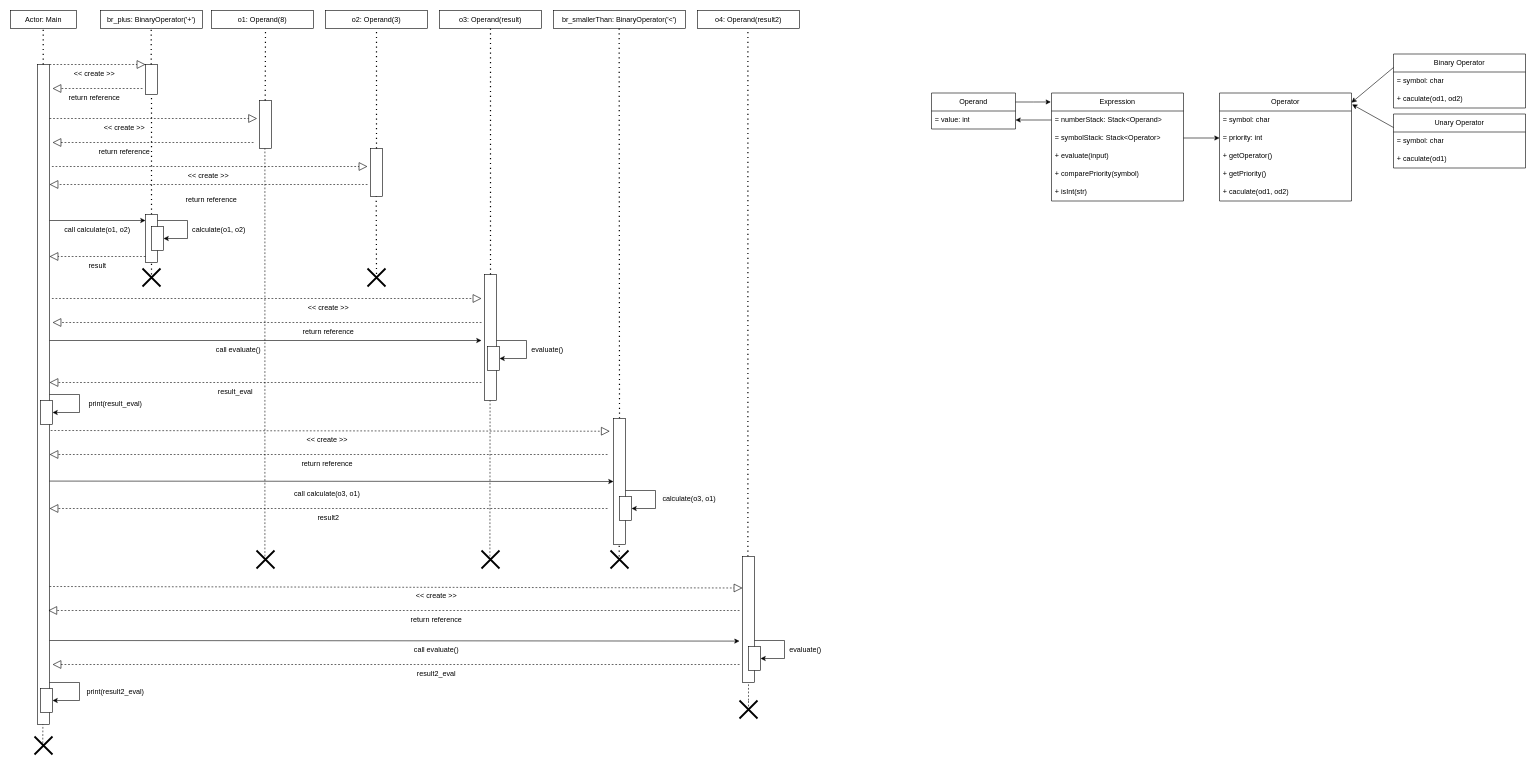
Earlier version of the draw.io diagram Lab2/Lab2SequenceDiagram.drawio (matty-gg/CSE2102-SP24-Lab1-Group19). Source tidied: cells renumbered, new cells numbered last; positions are measured from the earlier drawing's top-left corner, leaving out a move shared by most shapes. Both pictures are drawn from the tidied source at 60%, with x=0, y=0 at pixel (10, 10).
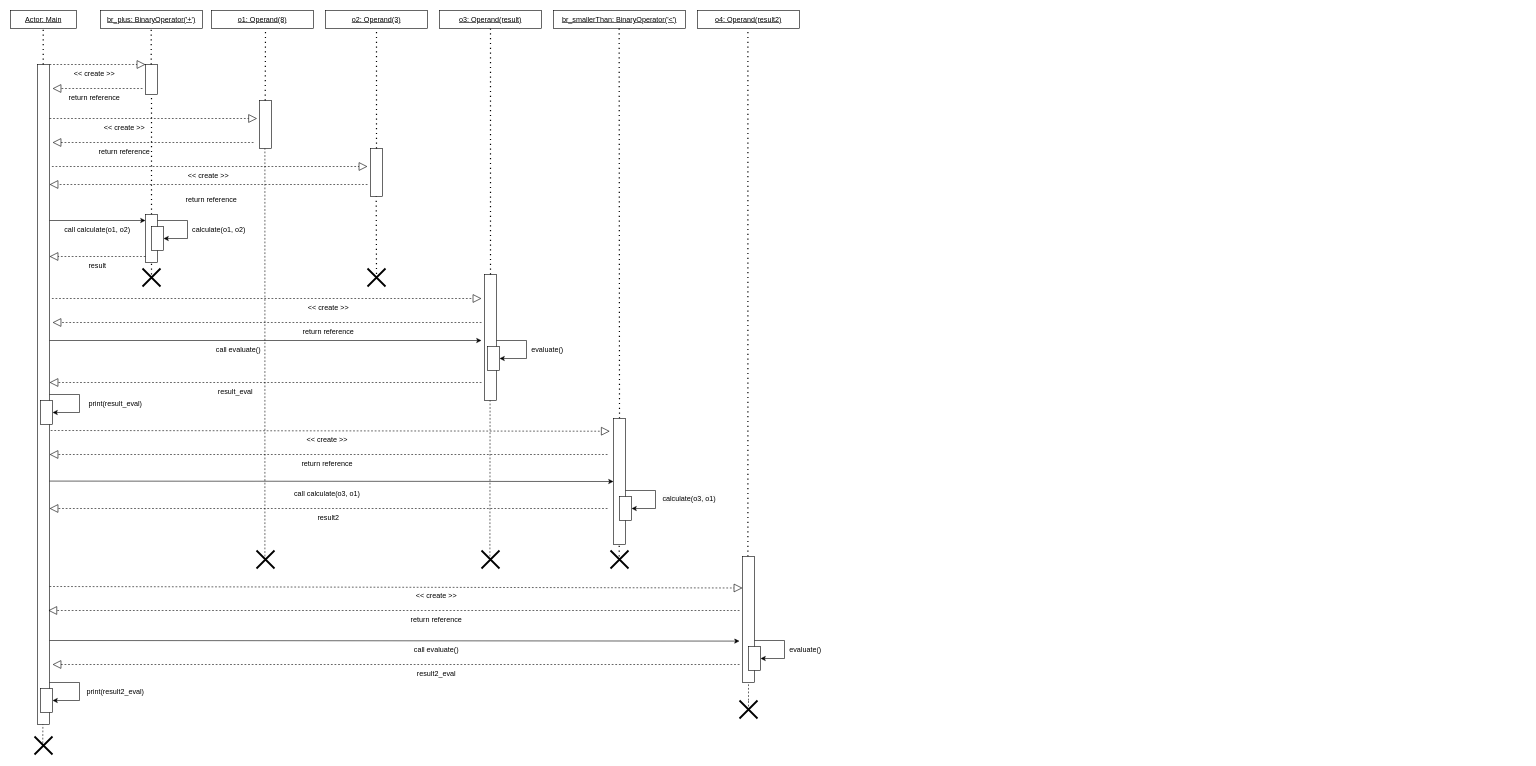
The same diagram, later.

Diff of the diagram source:
```diff
@@
-    <mxCell id="7" value="br_plus: BinaryOperator('+')" style="rounded=0;whiteSpace=wrap;html=1;" parent="1" vertex="1">
+    <mxCell id="7" value="&lt;u&gt;br_plus: BinaryOperator('+')&lt;/u&gt;" style="rounded=0;whiteSpace=wrap;html=1;" parent="1" vertex="1">
       <mxGeometry x="150" width="170" height="30" as="geometry" />
     </mxCell>
@@
-    <mxCell id="12" value="o1: Operand(8)" style="rounded=0;whiteSpace=wrap;html=1;" parent="1" vertex="1">
+    <mxCell id="12" value="&lt;u&gt;o1: Operand(8)&lt;/u&gt;" style="rounded=0;whiteSpace=wrap;html=1;" parent="1" vertex="1">
       <mxGeometry x="335" width="170" height="30" as="geometry" />
     </mxCell>
@@
-    <mxCell id="15" value="o2: Operand(3)" style="rounded=0;whiteSpace=wrap;html=1;" parent="1" vertex="1">
+    <mxCell id="15" value="&lt;u&gt;o2: Operand(3)&lt;/u&gt;" style="rounded=0;whiteSpace=wrap;html=1;" parent="1" vertex="1">
       <mxGeometry x="525" width="170" height="30" as="geometry" />
     </mxCell>
@@
-    <mxCell id="25" value="o3: Operand(result)" style="rounded=0;whiteSpace=wrap;html=1;" parent="1" vertex="1">
+    <mxCell id="25" value="&lt;u&gt;o3: Operand(result)&lt;/u&gt;" style="rounded=0;whiteSpace=wrap;html=1;" parent="1" vertex="1">
       <mxGeometry x="715" width="170" height="30" as="geometry" />
     </mxCell>
@@
-    <mxCell id="38" value="Actor: Main" style="rounded=0;whiteSpace=wrap;html=1;" parent="1" vertex="1">
+    <mxCell id="38" value="&lt;u&gt;Actor: Main&lt;/u&gt;" style="rounded=0;whiteSpace=wrap;html=1;" parent="1" vertex="1">
       <mxGeometry width="110" height="30" as="geometry" />
     </mxCell>
@@
-    <mxCell id="47" value="Expression" style="swimlane;fontStyle=0;horizontal=1;startSize=30;whiteSpace=wrap;html=1;" parent="1" vertex="1">
-      <mxGeometry x="1735" y="137.5" width="220" height="180" as="geometry" />
-    </mxCell>
-    <mxCell id="48" value="= numberStack: Stack&amp;lt;Operand&amp;gt;" style="text;strokeColor=none;fillColor=none;align=left;verticalAlign=middle;spacingLeft=4;spacingRight=4;overflow=hidden;points=[[0,0.5],[1,0.5]];portConstraint=eastwest;whiteSpace=wrap;html=1;" parent="47" vertex="1">
-      <mxGeometry y="30" width="220" height="30" as="geometry" />
-    </mxCell>
-    <mxCell id="49" value="= symbolStack: Stack&amp;lt;Operator&amp;gt;" style="text;strokeColor=none;fillColor=none;align=left;verticalAlign=middle;spacingLeft=4;spacingRight=4;overflow=hidden;points=[[0,0.5],[1,0.5]];portConstraint=eastwest;whiteSpace=wrap;html=1;" parent="47" vertex="1">
-      <mxGeometry y="60" width="220" height="30" as="geometry" />
-    </mxCell>
-    <mxCell id="50" value="+ evaluate(input)" style="text;strokeColor=none;fillColor=none;align=left;verticalAlign=middle;spacingLeft=4;spacingRight=4;overflow=hidden;whiteSpace=wrap;html=1;" parent="47" vertex="1">
-      <mxGeometry y="90" width="220" height="30" as="geometry" />
-    </mxCell>
-    <mxCell id="51" value="+&amp;nbsp;comparePriority(symbol)" style="text;strokeColor=none;fillColor=none;align=left;verticalAlign=middle;spacingLeft=4;spacingRight=4;overflow=hidden;whiteSpace=wrap;html=1;" parent="47" vertex="1">
-      <mxGeometry y="120" width="220" height="30" as="geometry" />
-    </mxCell>
-    <mxCell id="52" value="+&amp;nbsp;isInt(str)" style="text;strokeColor=none;fillColor=none;align=left;verticalAlign=middle;spacingLeft=4;spacingRight=4;overflow=hidden;whiteSpace=wrap;html=1;" parent="47" vertex="1">
-      <mxGeometry y="150" width="220" height="30" as="geometry" />
-    </mxCell>
-    <mxCell id="53" value="Operand" style="swimlane;fontStyle=0;horizontal=1;startSize=30;whiteSpace=wrap;html=1;" parent="1" vertex="1">
-      <mxGeometry x="1535" y="137.5" width="140" height="60" as="geometry" />
-    </mxCell>
-    <mxCell id="54" value="= value: int" style="text;strokeColor=none;fillColor=none;align=left;verticalAlign=middle;spacingLeft=4;spacingRight=4;overflow=hidden;points=[[0,0.5],[1,0.5]];portConstraint=eastwest;whiteSpace=wrap;html=1;" parent="53" vertex="1">
-      <mxGeometry y="30" width="140" height="30" as="geometry" />
-    </mxCell>
-    <mxCell id="55" style="edgeStyle=orthogonalEdgeStyle;rounded=0;jettySize=auto;html=1;exitX=1;exitY=0.25;exitDx=0;exitDy=0;entryX=-0.005;entryY=0.083;entryDx=0;entryDy=0;entryPerimeter=0;" parent="1" edge="1" source="53" target="47">
-      <mxGeometry relative="1" as="geometry" />
-    </mxCell>
-    <mxCell id="56" style="edgeStyle=none;rounded=0;jettySize=auto;html=1;exitX=0;exitY=0.5;exitDx=0;exitDy=0;entryX=1;entryY=0.5;entryDx=0;entryDy=0;" parent="1" edge="1" source="48" target="54">
-      <mxGeometry relative="1" as="geometry" />
-    </mxCell>
-    <mxCell id="57" value="Operator" style="swimlane;fontStyle=0;horizontal=1;startSize=30;whiteSpace=wrap;html=1;" parent="1" vertex="1">
-      <mxGeometry x="2015" y="137.5" width="220" height="180" as="geometry" />
-    </mxCell>
-    <mxCell id="58" value="= symbol: char" style="text;strokeColor=none;fillColor=none;align=left;verticalAlign=middle;spacingLeft=4;spacingRight=4;overflow=hidden;whiteSpace=wrap;html=1;" parent="57" vertex="1">
-      <mxGeometry y="30" width="220" height="30" as="geometry" />
-    </mxCell>
-    <mxCell id="59" value="= priority: int" style="text;strokeColor=none;fillColor=none;align=left;verticalAlign=middle;spacingLeft=4;spacingRight=4;overflow=hidden;points=[[0,0.5],[1,0.5]];portConstraint=eastwest;whiteSpace=wrap;html=1;" parent="57" vertex="1">
-      <mxGeometry y="60" width="220" height="30" as="geometry" />
-    </mxCell>
-    <mxCell id="60" value="+ getOperator()" style="text;strokeColor=none;fillColor=none;align=left;verticalAlign=middle;spacingLeft=4;spacingRight=4;overflow=hidden;whiteSpace=wrap;html=1;" parent="57" vertex="1">
-      <mxGeometry y="90" width="220" height="30" as="geometry" />
-    </mxCell>
-    <mxCell id="61" value="+&amp;nbsp;getPriority()" style="text;strokeColor=none;fillColor=none;align=left;verticalAlign=middle;spacingLeft=4;spacingRight=4;overflow=hidden;whiteSpace=wrap;html=1;" parent="57" vertex="1">
-      <mxGeometry y="120" width="220" height="30" as="geometry" />
-    </mxCell>
-    <mxCell id="62" value="+&amp;nbsp;caculate(od1, od2)" style="text;strokeColor=none;fillColor=none;align=left;verticalAlign=middle;spacingLeft=4;spacingRight=4;overflow=hidden;whiteSpace=wrap;html=1;" parent="57" vertex="1">
-      <mxGeometry y="150" width="220" height="30" as="geometry" />
-    </mxCell>
-    <mxCell id="63" style="edgeStyle=none;rounded=0;jettySize=auto;html=1;exitX=1;exitY=0.5;exitDx=0;exitDy=0;entryX=0;entryY=0.5;entryDx=0;entryDy=0;" parent="1" edge="1" source="49" target="59">
-      <mxGeometry relative="1" as="geometry" />
-    </mxCell>
-    <mxCell id="64" value="Binary Operator" style="swimlane;fontStyle=0;horizontal=1;startSize=30;whiteSpace=wrap;html=1;" parent="1" vertex="1">
-      <mxGeometry x="2305" y="72.5" width="220" height="90" as="geometry" />
-    </mxCell>
-    <mxCell id="65" value="= symbol: char" style="text;strokeColor=none;fillColor=none;align=left;verticalAlign=middle;spacingLeft=4;spacingRight=4;overflow=hidden;whiteSpace=wrap;html=1;" parent="64" vertex="1">
-      <mxGeometry y="30" width="220" height="30" as="geometry" />
-    </mxCell>
-    <mxCell id="66" value="+&amp;nbsp;caculate(od1, od2)" style="text;strokeColor=none;fillColor=none;align=left;verticalAlign=middle;spacingLeft=4;spacingRight=4;overflow=hidden;whiteSpace=wrap;html=1;" parent="64" vertex="1">
-      <mxGeometry y="60" width="220" height="30" as="geometry" />
-    </mxCell>
-    <mxCell id="67" value="Unary Operator" style="swimlane;fontStyle=0;horizontal=1;startSize=30;whiteSpace=wrap;html=1;" parent="1" vertex="1">
-      <mxGeometry x="2305" y="172.5" width="220" height="90" as="geometry" />
-    </mxCell>
-    <mxCell id="68" value="= symbol: char" style="text;strokeColor=none;fillColor=none;align=left;verticalAlign=middle;spacingLeft=4;spacingRight=4;overflow=hidden;whiteSpace=wrap;html=1;" parent="67" vertex="1">
-      <mxGeometry y="30" width="220" height="30" as="geometry" />
-    </mxCell>
-    <mxCell id="69" value="+&amp;nbsp;caculate(od1)" style="text;strokeColor=none;fillColor=none;align=left;verticalAlign=middle;spacingLeft=4;spacingRight=4;overflow=hidden;whiteSpace=wrap;html=1;" parent="67" vertex="1">
-      <mxGeometry y="60" width="220" height="30" as="geometry" />
-    </mxCell>
-    <mxCell id="70" style="edgeStyle=none;rounded=0;jettySize=auto;html=1;exitX=0;exitY=0.25;exitDx=0;exitDy=0;entryX=1.005;entryY=0.106;entryDx=0;entryDy=0;entryPerimeter=0;" parent="1" edge="1" source="67" target="57">
-      <mxGeometry relative="1" as="geometry" />
-    </mxCell>
-    <mxCell id="71" style="edgeStyle=none;rounded=0;jettySize=auto;html=1;exitX=0;exitY=0.25;exitDx=0;exitDy=0;entryX=1;entryY=0.089;entryDx=0;entryDy=0;entryPerimeter=0;" parent="1" edge="1" source="64" target="57">
-      <mxGeometry relative="1" as="geometry" />
-    </mxCell>
-    <mxCell id="72" value="br_smallerThan: BinaryOperator('&amp;lt;')" style="rounded=0;whiteSpace=wrap;html=1;" parent="1" vertex="1">
+    <mxCell id="72" value="&lt;u&gt;br_smallerThan: BinaryOperator('&amp;lt;')&lt;/u&gt;" style="rounded=0;whiteSpace=wrap;html=1;" parent="1" vertex="1">
       <mxGeometry x="905" width="220" height="30" as="geometry" />
     </mxCell>
@@
-    <mxCell id="95" value="o4: Operand(result2)" style="rounded=0;whiteSpace=wrap;html=1;" parent="1" vertex="1">
+    <mxCell id="95" value="&lt;u&gt;o4: Operand(result2)&lt;/u&gt;" style="rounded=0;whiteSpace=wrap;html=1;" parent="1" vertex="1">
       <mxGeometry x="1145" width="170" height="30" as="geometry" />
     </mxCell>
```
